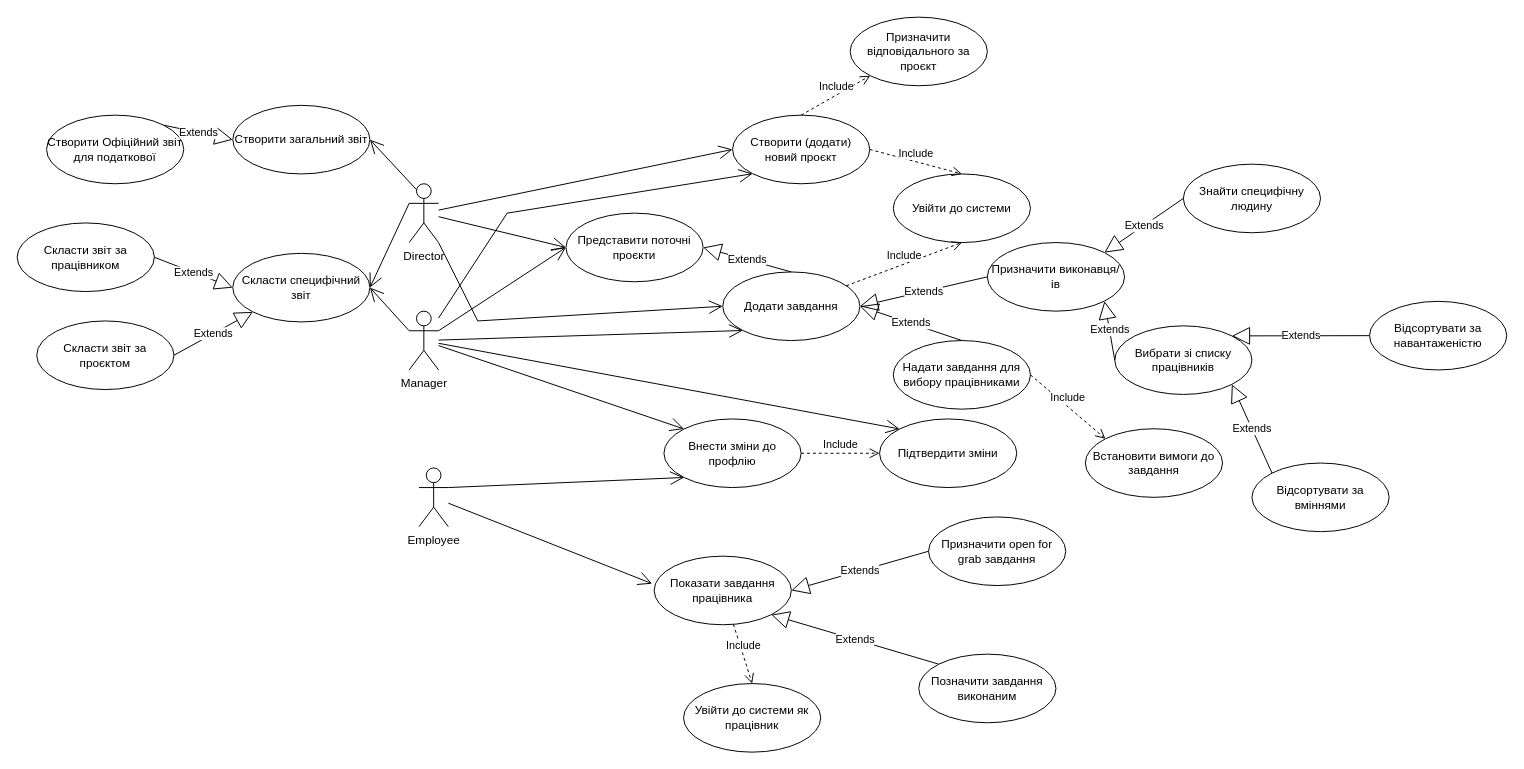
This is Діаграма без назви.drawio from OleksandrPanasenko/AIS_projects-for-university-, a draw.io file, before an edit. Source tidied: cells renumbered, new cells numbered last; positions are measured from the earlier drawing's top-left corner, leaving out a move shared by most shapes. Both pictures are drawn from the tidied source at 98%, with x=0, y=0 at pixel (17, 17).
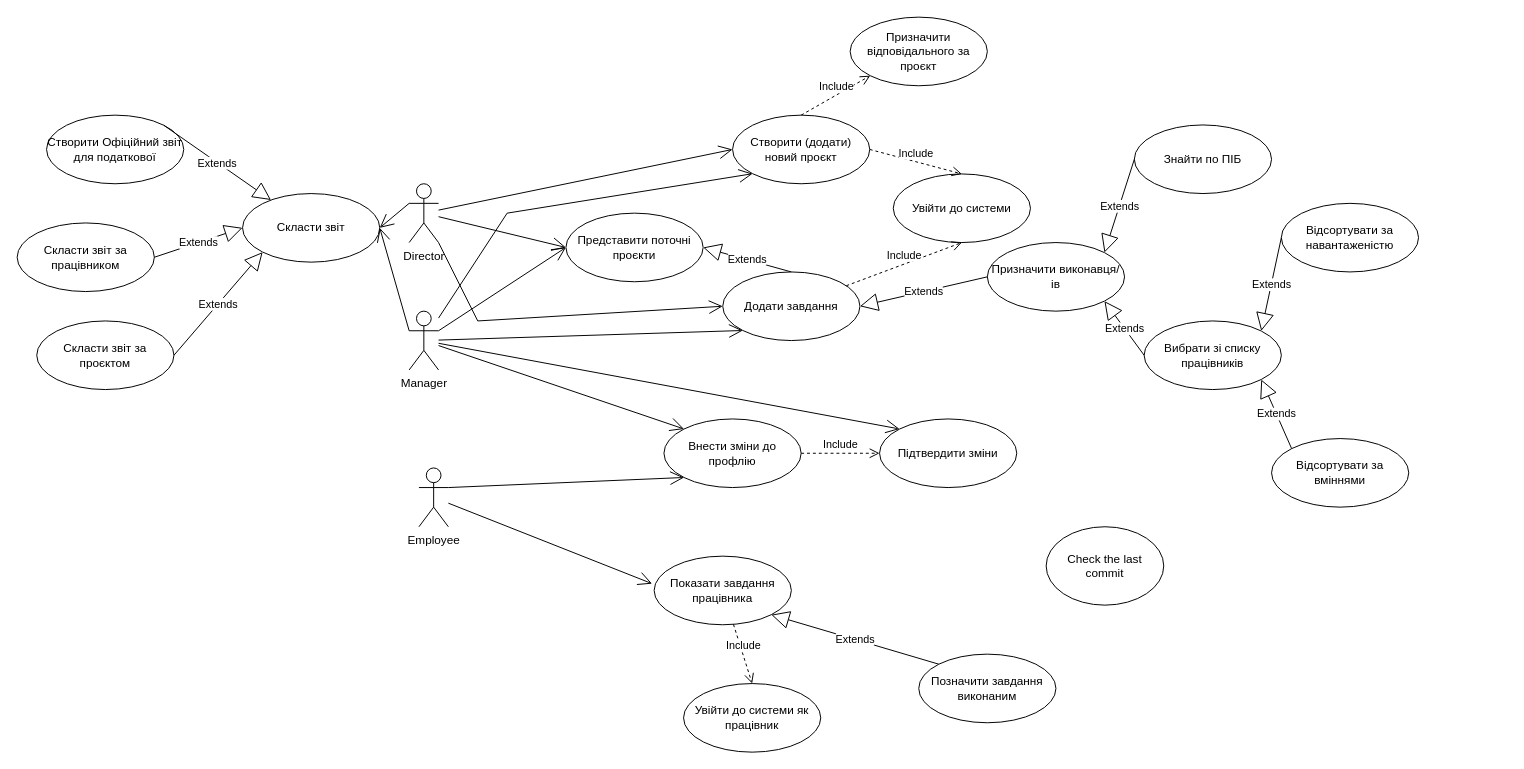
The same diagram, later.

The change refers to these unchanged cells:
```xml
<mxCell id="4" value="Director" style="shape=umlActor;verticalLabelPosition=bottom;verticalAlign=top;html=1;outlineConnect=0;" parent="1" vertex="1">
  <mxGeometry x="400" y="170" width="30" height="60" as="geometry" />
</mxCell>
<mxCell id="8" value="Додати завдання" style="ellipse;whiteSpace=wrap;html=1;" parent="1" vertex="1">
  <mxGeometry x="720" y="260" width="140" height="70" as="geometry" />
</mxCell>
<mxCell id="9" value="Показати завдання працівника" style="ellipse;whiteSpace=wrap;html=1;" parent="1" vertex="1">
  <mxGeometry x="650" y="550" width="140" height="70" as="geometry" />
</mxCell>
<mxCell id="33" value="Створити Офіційний звіт для податкової" style="ellipse;whiteSpace=wrap;html=1;" parent="1" vertex="1">
  <mxGeometry x="30" y="100" width="140" height="70" as="geometry" />
</mxCell>
```

Change to the diagram source:
```diff
@@
-    <mxCell id="10" value="Призначити open for grab завдання" style="ellipse;whiteSpace=wrap;html=1;" parent="1" vertex="1">
-      <mxGeometry x="930" y="510" width="140" height="70" as="geometry" />
-    </mxCell>
-    <mxCell id="11" value="Створити загальний звіт" style="ellipse;whiteSpace=wrap;html=1;" parent="1" vertex="1">
-      <mxGeometry x="220" y="90" width="140" height="70" as="geometry" />
-    </mxCell>
-    <mxCell id="12" value="Extends" style="endArrow=block;endSize=16;endFill=0;html=1;rounded=0;entryX=1;entryY=0.5;entryDx=0;entryDy=0;exitX=0;exitY=0.5;exitDx=0;exitDy=0;" parent="1" edge="1" source="10" target="9">
-      <mxGeometry relative="1" as="geometry" />
-    </mxCell>
@@
-    <mxCell id="36" value="Знайти специфічну людину" style="ellipse;whiteSpace=wrap;html=1;" parent="1" vertex="1">
-      <mxGeometry x="1190" y="150" width="140" height="70" as="geometry" />
+    <mxCell id="36" value="Знайти по ПІБ" style="ellipse;whiteSpace=wrap;html=1;" parent="1" vertex="1">
+      <mxGeometry x="1140" y="110" width="140" height="70" as="geometry" />
     </mxCell>
     <mxCell id="37" value="Вибрати зі списку працівників" style="ellipse;whiteSpace=wrap;html=1;" parent="1" vertex="1">
-      <mxGeometry x="1120" y="315" width="140" height="70" as="geometry" />
+      <mxGeometry x="1150" y="310" width="140" height="70" as="geometry" />
     </mxCell>
     <mxCell id="38" value="Відсортувати за навантаженістю" style="ellipse;whiteSpace=wrap;html=1;" parent="1" vertex="1">
-      <mxGeometry x="1380" y="290" width="140" height="70" as="geometry" />
+      <mxGeometry x="1290" y="190" width="140" height="70" as="geometry" />
     </mxCell>
     <mxCell id="39" value="Відсортувати за вміннями" style="ellipse;whiteSpace=wrap;html=1;" parent="1" vertex="1">
-      <mxGeometry x="1260" y="455" width="140" height="70" as="geometry" />
+      <mxGeometry x="1280" y="430" width="140" height="70" as="geometry" />
     </mxCell>
@@
-    <mxCell id="44" value="Скласти специфічний звіт" style="ellipse;whiteSpace=wrap;html=1;" parent="1" vertex="1">
-      <mxGeometry x="220" y="241" width="140" height="70" as="geometry" />
+    <mxCell id="44" value="Скласти звіт" style="ellipse;whiteSpace=wrap;html=1;" parent="1" vertex="1">
+      <mxGeometry x="230" y="180" width="140" height="70" as="geometry" />
     </mxCell>
@@
-    <mxCell id="47" style="endArrow=open;endFill=1;endSize=12;html=1;rounded=0;exitX=0.25;exitY=0.1;exitDx=0;exitDy=0;exitPerimeter=0;entryX=1;entryY=0.5;entryDx=0;entryDy=0;" parent="1" edge="1" source="4" target="11">
-      <mxGeometry relative="1" as="geometry" />
-    </mxCell>
@@
-    <mxCell id="50" value="Extends" style="endArrow=block;endSize=16;endFill=0;html=1;rounded=0;exitX=1;exitY=0;exitDx=0;exitDy=0;entryX=0;entryY=0.5;entryDx=0;entryDy=0;" parent="1" edge="1" source="33" target="11">
+    <mxCell id="50" value="Extends" style="endArrow=block;endSize=16;endFill=0;html=1;rounded=0;exitX=1;exitY=0;exitDx=0;exitDy=0;" parent="1" edge="1" source="33" target="44">
       <mxGeometry relative="1" as="geometry" />
     </mxCell>
-    <mxCell id="51" value="Надати завдання для вибору працівниками" style="ellipse;whiteSpace=wrap;html=1;" parent="1" vertex="1">
-      <mxGeometry x="894" y="330" width="140" height="70" as="geometry" />
-    </mxCell>
-    <mxCell id="52" value="Встановити вимоги до завдання" style="ellipse;whiteSpace=wrap;html=1;" parent="1" vertex="1">
-      <mxGeometry x="1090" y="420" width="140" height="70" as="geometry" />
-    </mxCell>
-    <mxCell id="53" value="Include" style="html=1;verticalAlign=bottom;endArrow=open;dashed=1;endSize=8;curved=0;rounded=0;exitX=1;exitY=0.5;exitDx=0;exitDy=0;entryX=0;entryY=0;entryDx=0;entryDy=0;" parent="1" edge="1" source="51" target="52">
-      <mxGeometry relative="1" as="geometry" />
-    </mxCell>
@@
-    <mxCell id="58" value="Extends" style="endArrow=block;endSize=16;endFill=0;html=1;rounded=0;entryX=1;entryY=0.5;entryDx=0;entryDy=0;exitX=0.5;exitY=0;exitDx=0;exitDy=0;" parent="1" edge="1" source="51" target="8">
-      <mxGeometry relative="1" as="geometry" />
-    </mxCell>
+    <mxCell id="59" value="Check the last commit" style="ellipse;whiteSpace=wrap;html=1;" parent="1" vertex="1">
+      <mxGeometry x="1050" y="520" width="120" height="80" as="geometry" />
+    </mxCell>
```
